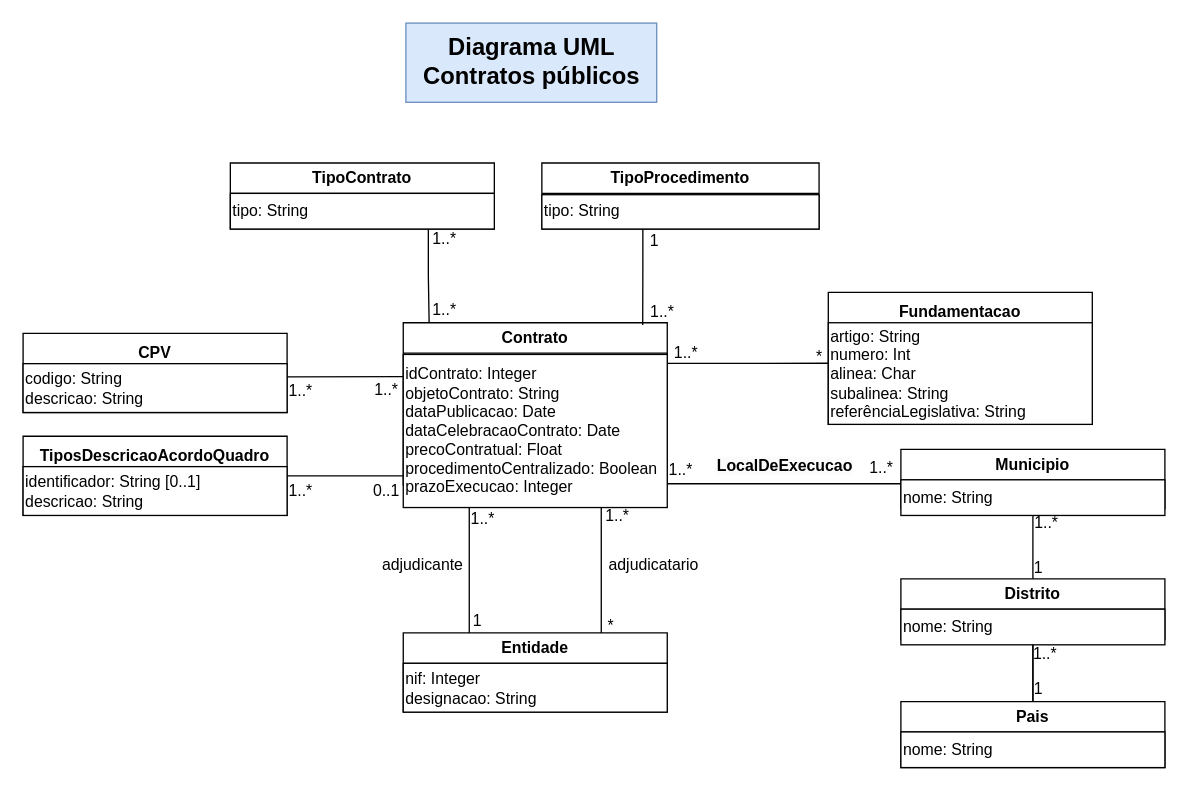
The draw.io diagram modelagem/UML.drawio in bzabot/public-contracts-db, before the edit. Source tidied: cells renumbered, new cells numbered last; positions are measured from the earlier drawing's top-left corner, leaving out a move shared by most shapes. Both pictures are drawn from the tidied source at 132%, with x=0, y=0 at pixel (22, 22).
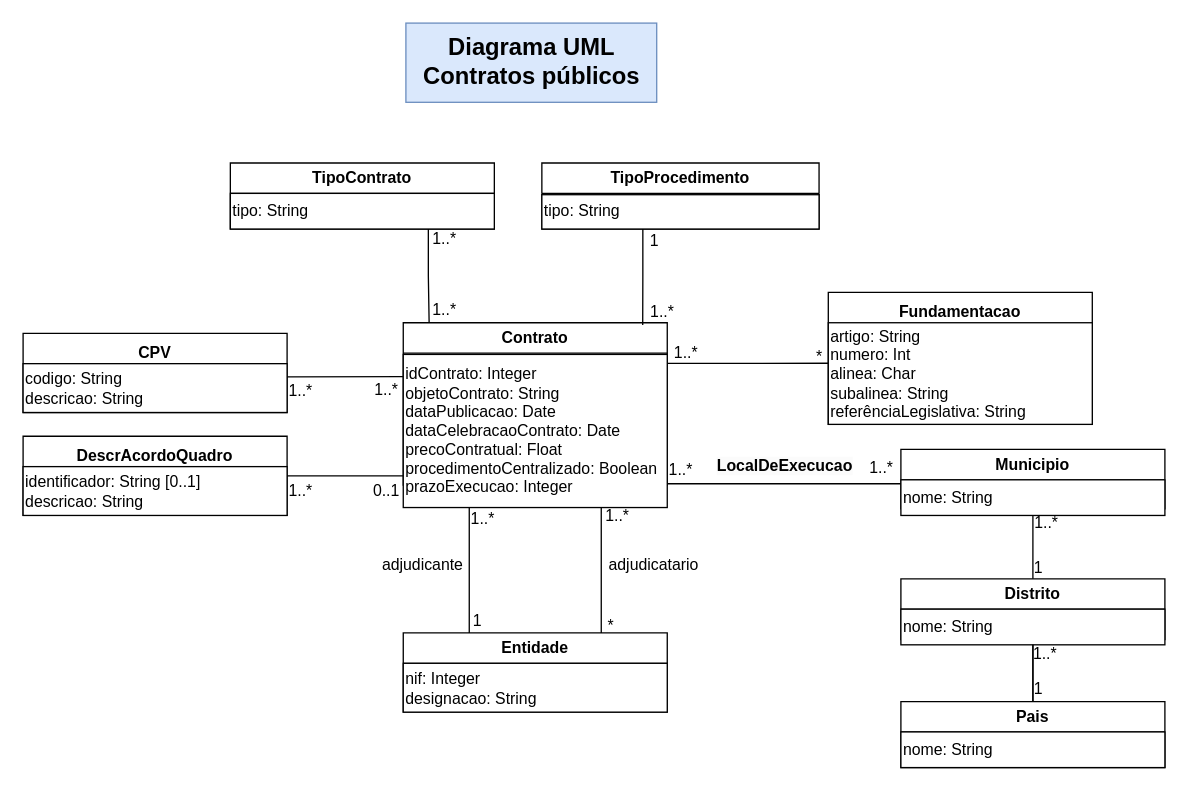
The same diagram, later.

Diff of the diagram source:
```diff
@@
-    <mxCell id="20" value="TiposDescricaoAcordoQuadro" style="swimlane;whiteSpace=wrap;html=1;startSize=30;align=center;" parent="1" vertex="1">
+    <mxCell id="20" value="DescrAcordoQuadro" style="swimlane;whiteSpace=wrap;html=1;startSize=30;align=center;" parent="1" vertex="1">
       <mxGeometry y="313" width="200" height="60" as="geometry" />
     </mxCell>
```
